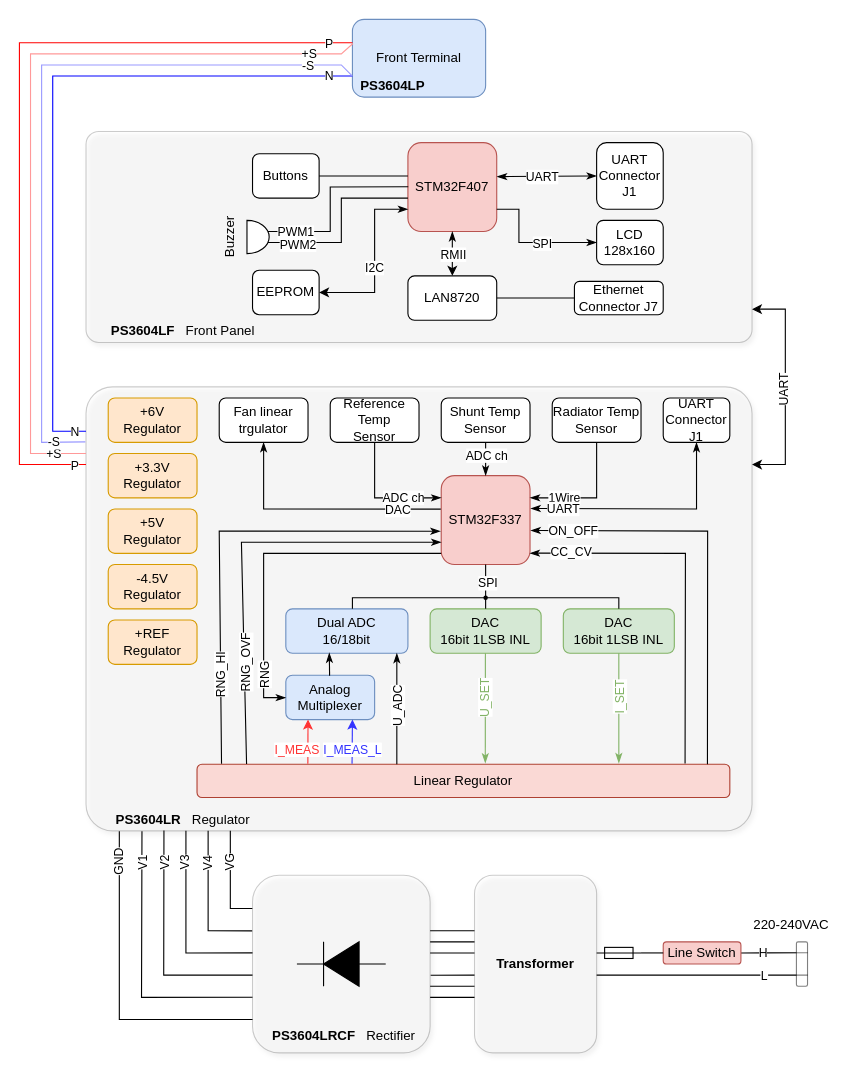
Before: PS3604L.drawio in d-el/PS3604L, a draw.io diagram. Source tidied: cells renumbered, new cells numbered last; positions are measured from the earlier drawing's top-left corner, leaving out a move shared by most shapes. Both pictures are drawn from the tidied source at 111%, with x=0, y=0 at pixel (19, 19).
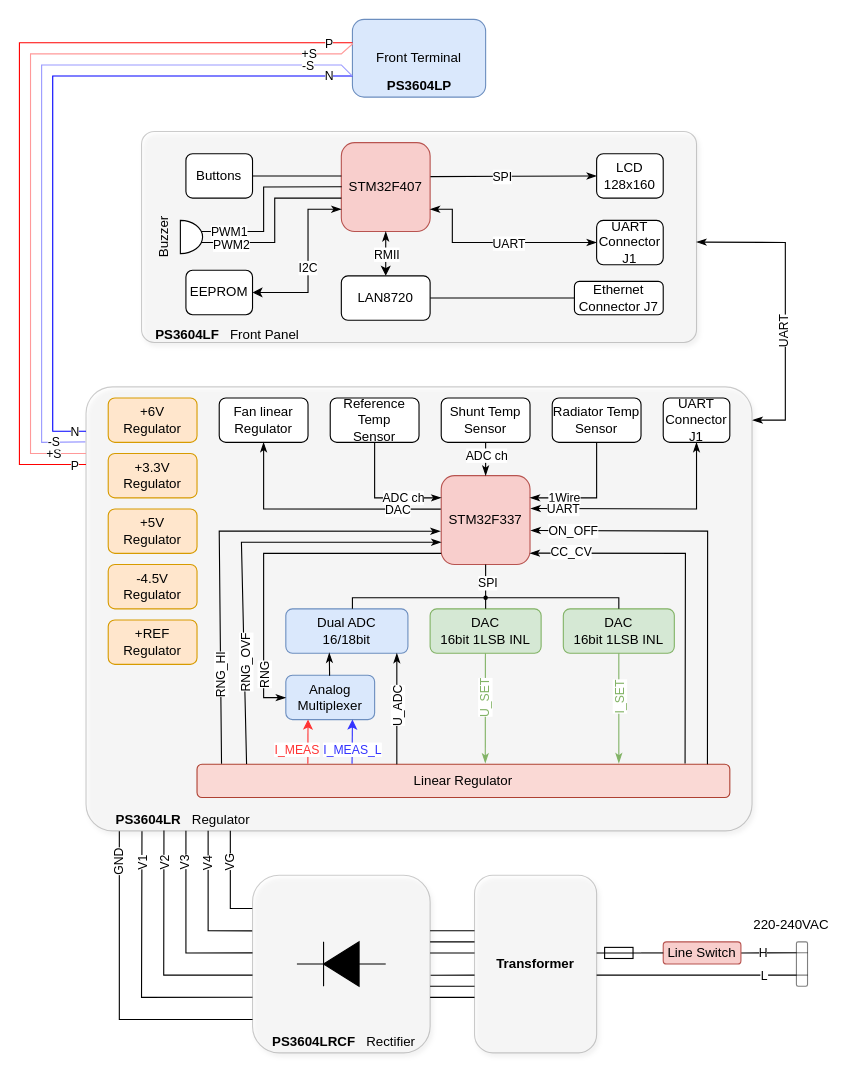
The same diagram, later.

The change refers to these unchanged cells:
```xml
<mxCell id="27" style="rounded=1;whiteSpace=wrap;html=1;align=center;glass=0;shadow=1;arcSize=6;opacity=20;" parent="1" vertex="1">
  <mxGeometry x="60" y="331" width="600" height="400" as="geometry" />
</mxCell>
```

Change to the diagram source:
```diff
@@
     <mxCell id="2" style="rounded=1;whiteSpace=wrap;html=1;align=center;glass=0;shadow=1;arcSize=6;opacity=20;" parent="1" vertex="1">
-      <mxGeometry x="60" y="101" width="600" height="190" as="geometry" />
+      <mxGeometry x="110" y="101" width="500" height="190" as="geometry" />
     </mxCell>
     <mxCell id="3" value="STM32F407" style="rounded=1;whiteSpace=wrap;html=1;fillColor=#f8cecc;strokeColor=#b85450;" parent="1" vertex="1">
-      <mxGeometry x="350" y="111" width="80" height="80" as="geometry" />
+      <mxGeometry x="290" y="111" width="80" height="80" as="geometry" />
     </mxCell>
@@
     <mxCell id="5" value="LAN8720" style="rounded=1;whiteSpace=wrap;html=1;" parent="1" vertex="1">
-      <mxGeometry x="350" y="231" width="80" height="40" as="geometry" />
+      <mxGeometry x="290" y="231" width="80" height="40" as="geometry" />
     </mxCell>
     <mxCell id="6" style="endArrow=classicThin;startArrow=classic;html=1;rounded=0;exitX=0.5;exitY=0;exitDx=0;exitDy=0;endFill=1;" parent="1" edge="1" source="5">
       <mxGeometry relative="1" as="geometry">
-        <mxPoint x="390" y="191" as="targetPoint" />
+        <mxPoint x="330" y="191" as="targetPoint" />
       </mxGeometry>
     </mxCell>
@@
     <mxCell id="9" style="verticalLabelPosition=bottom;shadow=0;dashed=0;align=center;html=1;verticalAlign=top;shape=mxgraph.electrical.electro-mechanical.buzzer;" parent="1" vertex="1">
-      <mxGeometry x="205" y="181" width="30" height="30" as="geometry" />
+      <mxGeometry x="145" y="181" width="30" height="30" as="geometry" />
     </mxCell>
     <mxCell id="10" style="endArrow=none;html=1;rounded=0;entryX=0.004;entryY=0.371;entryDx=0;entryDy=0;entryPerimeter=0;exitX=1;exitY=0.335;exitDx=0;exitDy=0;exitPerimeter=0;" parent="1" edge="1" source="9">
       <mxGeometry relative="1" as="geometry">
-        <mxPoint x="350.3" y="150.8" as="targetPoint" />
+        <mxPoint x="290.3" y="150.8" as="targetPoint" />
         <Array as="points">
-          <mxPoint x="280" y="191" />
-          <mxPoint x="280" y="151" />
+          <mxPoint x="220" y="191" />
+          <mxPoint x="220" y="151" />
         </Array>
       </mxGeometry>
     </mxCell>
@@
     <mxCell id="12" style="endArrow=none;html=1;rounded=0;entryX=0;entryY=0.625;entryDx=0;entryDy=0;exitX=1;exitY=0.665;exitDx=0;exitDy=0;exitPerimeter=0;entryPerimeter=0;" parent="1" edge="1" source="9" target="3">
       <mxGeometry relative="1" as="geometry">
         <Array as="points">
-          <mxPoint x="290" y="201" />
-          <mxPoint x="290" y="161" />
+          <mxPoint x="230" y="201" />
+          <mxPoint x="230" y="161" />
         </Array>
       </mxGeometry>
     </mxCell>
@@
     <mxCell id="14" value="EEPROM" style="rounded=1;whiteSpace=wrap;html=1;" parent="1" vertex="1">
-      <mxGeometry x="210" y="226" width="60" height="40" as="geometry" />
+      <mxGeometry x="150" y="226" width="60" height="40" as="geometry" />
     </mxCell>
     <mxCell id="15" value="Buzzer" style="text;html=1;align=center;verticalAlign=middle;whiteSpace=wrap;rounded=0;direction=south;rotation=270;" parent="1" vertex="1">
-      <mxGeometry x="170" y="189.8" width="40" height="12.5" as="geometry" />
+      <mxGeometry x="110" y="189.8" width="40" height="12.5" as="geometry" />
     </mxCell>
     <mxCell id="16" style="endArrow=classicThin;startArrow=classic;html=1;rounded=0;exitX=1;exitY=0.5;exitDx=0;exitDy=0;endFill=1;" parent="1" edge="1" source="14">
       <mxGeometry relative="1" as="geometry">
-        <mxPoint x="350" y="171" as="targetPoint" />
+        <mxPoint x="290" y="171" as="targetPoint" />
         <Array as="points">
-          <mxPoint x="320" y="246" />
-          <mxPoint x="320" y="171" />
+          <mxPoint x="260" y="246" />
+          <mxPoint x="260" y="171" />
         </Array>
       </mxGeometry>
     </mxCell>
@@
     <mxCell id="18" value="Buttons" style="rounded=1;whiteSpace=wrap;html=1;" parent="1" vertex="1">
-      <mxGeometry x="210" y="121" width="60" height="40" as="geometry" />
+      <mxGeometry x="150" y="121" width="60" height="40" as="geometry" />
     </mxCell>
     <mxCell id="19" style="endArrow=none;html=1;rounded=0;entryX=1;entryY=0.5;entryDx=0;entryDy=0;" parent="1" edge="1" target="18">
       <mxGeometry relative="1" as="geometry">
-        <mxPoint x="350" y="141" as="sourcePoint" />
+        <mxPoint x="290" y="141" as="sourcePoint" />
       </mxGeometry>
     </mxCell>
-    <mxCell id="20" value="LCD&lt;div&gt;128x160&lt;/div&gt;" style="rounded=1;whiteSpace=wrap;html=1;" parent="1" vertex="1">
-      <mxGeometry x="520" y="181" width="60" height="40" as="geometry" />
-    </mxCell>
-    <mxCell id="21" style="endArrow=classicThin;html=1;rounded=0;entryX=0;entryY=0.5;entryDx=0;entryDy=0;endFill=1;" parent="1" edge="1" target="20">
+    <mxCell id="21" style="endArrow=classicThin;html=1;rounded=0;entryX=0;entryY=0.5;entryDx=0;entryDy=0;endFill=1;startArrow=classicThin;startFill=1;" parent="1" edge="1" target="23">
       <mxGeometry relative="1" as="geometry">
-        <mxPoint x="430" y="171" as="sourcePoint" />
+        <mxPoint x="370" y="171" as="sourcePoint" />
         <Array as="points">
-          <mxPoint x="450" y="171" />
-          <mxPoint x="450" y="201" />
+          <mxPoint x="390" y="171" />
+          <mxPoint x="390" y="201" />
         </Array>
       </mxGeometry>
     </mxCell>
-    <mxCell id="22" value="SPI" style="edgeLabel;html=1;align=center;verticalAlign=middle;" parent="21" vertex="1">
+    <mxCell id="22" value="UART" style="edgeLabel;html=1;align=center;verticalAlign=middle;" parent="21" vertex="1">
       <mxGeometry y="-2" relative="1" as="geometry">
         <mxPoint x="10" y="-2" as="offset" />
       </mxGeometry>
     </mxCell>
-    <mxCell id="23" value="UART&lt;div&gt;Connector J1&lt;/div&gt;" style="rounded=1;whiteSpace=wrap;html=1;" parent="1" vertex="1">
-      <mxGeometry x="520" y="111" width="60" height="60" as="geometry" />
-    </mxCell>
-    <mxCell id="24" style="endArrow=classicThin;html=1;rounded=0;exitX=0;exitY=0.5;exitDx=0;exitDy=0;endFill=1;startArrow=classicThin;startFill=1;entryX=1.004;entryY=0.383;entryDx=0;entryDy=0;entryPerimeter=0;" parent="1" edge="1" source="23" target="3">
+    <mxCell id="24" style="endArrow=none;html=1;rounded=0;exitX=0;exitY=0.5;exitDx=0;exitDy=0;endFill=0;startArrow=classicThin;startFill=1;entryX=1.004;entryY=0.383;entryDx=0;entryDy=0;entryPerimeter=0;" parent="1" edge="1" source="20" target="3">
       <mxGeometry relative="1" as="geometry" />
     </mxCell>
-    <mxCell id="25" value="UART" style="edgeLabel;html=1;align=center;verticalAlign=middle;" parent="24" vertex="1">
+    <mxCell id="25" value="SPI" style="edgeLabel;html=1;align=center;verticalAlign=middle;" parent="24" vertex="1">
       <mxGeometry x="-0.29" y="1" relative="1" as="geometry">
-        <mxPoint x="-18" y="-1" as="offset" />
+        <mxPoint x="-33" y="-1" as="offset" />
       </mxGeometry>
     </mxCell>
     <mxCell id="26" value="&lt;b&gt;PS3604LF&lt;/b&gt;&amp;nbsp; &amp;nbsp;Front Panel" style="text;html=1;align=center;verticalAlign=middle;whiteSpace=wrap;rounded=0;" parent="1" vertex="1">
-      <mxGeometry x="70" y="266" width="155" height="30" as="geometry" />
+      <mxGeometry x="110" y="269" width="155" height="30" as="geometry" />
     </mxCell>
@@
-    <mxCell id="72" value="Fan linear trgulator" style="rounded=1;whiteSpace=wrap;html=1;" parent="1" vertex="1">
+    <mxCell id="72" value="Fan linear Regulator" style="rounded=1;whiteSpace=wrap;html=1;" parent="1" vertex="1">
       <mxGeometry x="180" y="341" width="80" height="40" as="geometry" />
     </mxCell>
@@
     <mxCell id="81" value="&lt;b&gt;PS3604LRCF&lt;/b&gt;&amp;nbsp; &amp;nbsp;Rectifier" style="text;html=1;align=center;verticalAlign=middle;whiteSpace=wrap;rounded=0;" parent="1" vertex="1">
-      <mxGeometry x="215" y="901" width="155" height="30" as="geometry" />
+      <mxGeometry x="215" y="906" width="155" height="30" as="geometry" />
     </mxCell>
@@
     <mxCell id="123" value="&lt;b&gt;PS3604LP&lt;/b&gt;" style="text;html=1;align=center;verticalAlign=middle;whiteSpace=wrap;rounded=0;" parent="1" vertex="1">
-      <mxGeometry x="259" y="45" width="155" height="30" as="geometry" />
+      <mxGeometry x="282.5" y="45" width="155" height="30" as="geometry" />
     </mxCell>
@@
-    <mxCell id="125" style="endArrow=classic;startArrow=classic;html=1;rounded=0;" parent="1" edge="1">
+    <mxCell id="125" style="endArrow=classicThin;startArrow=classicThin;html=1;rounded=0;entryX=1;entryY=0.524;entryDx=0;entryDy=0;entryPerimeter=0;startFill=1;endFill=1;exitX=1.001;exitY=0.075;exitDx=0;exitDy=0;exitPerimeter=0;" parent="1" edge="1" source="27" target="2">
       <mxGeometry relative="1" as="geometry">
-        <mxPoint x="660" y="401" as="sourcePoint" />
-        <mxPoint x="660" y="261" as="targetPoint" />
         <Array as="points">
-          <mxPoint x="690" y="401" />
-          <mxPoint x="690" y="261" />
+          <mxPoint x="690" y="361" />
+          <mxPoint x="690" y="201" />
         </Array>
       </mxGeometry>
     </mxCell>
     <mxCell id="126" value="UART" style="edgeLabel;html=1;align=center;verticalAlign=middle;rotation=270;" parent="125" vertex="1">
-      <mxGeometry x="-0.04" y="2" relative="1" as="geometry" />
+      <mxGeometry x="-0.04" y="2" relative="1" as="geometry">
+        <mxPoint y="21" as="offset" />
+      </mxGeometry>
     </mxCell>
+    <mxCell id="20" value="LCD&lt;div&gt;128x160&lt;/div&gt;" style="rounded=1;whiteSpace=wrap;html=1;" parent="1" vertex="1">
+      <mxGeometry x="520" y="121" width="60" height="40" as="geometry" />
+    </mxCell>
+    <mxCell id="23" value="UART&lt;div&gt;Connector J1&lt;/div&gt;" style="rounded=1;whiteSpace=wrap;html=1;" parent="1" vertex="1">
+      <mxGeometry x="520" y="181" width="60" height="40" as="geometry" />
+    </mxCell>
```
